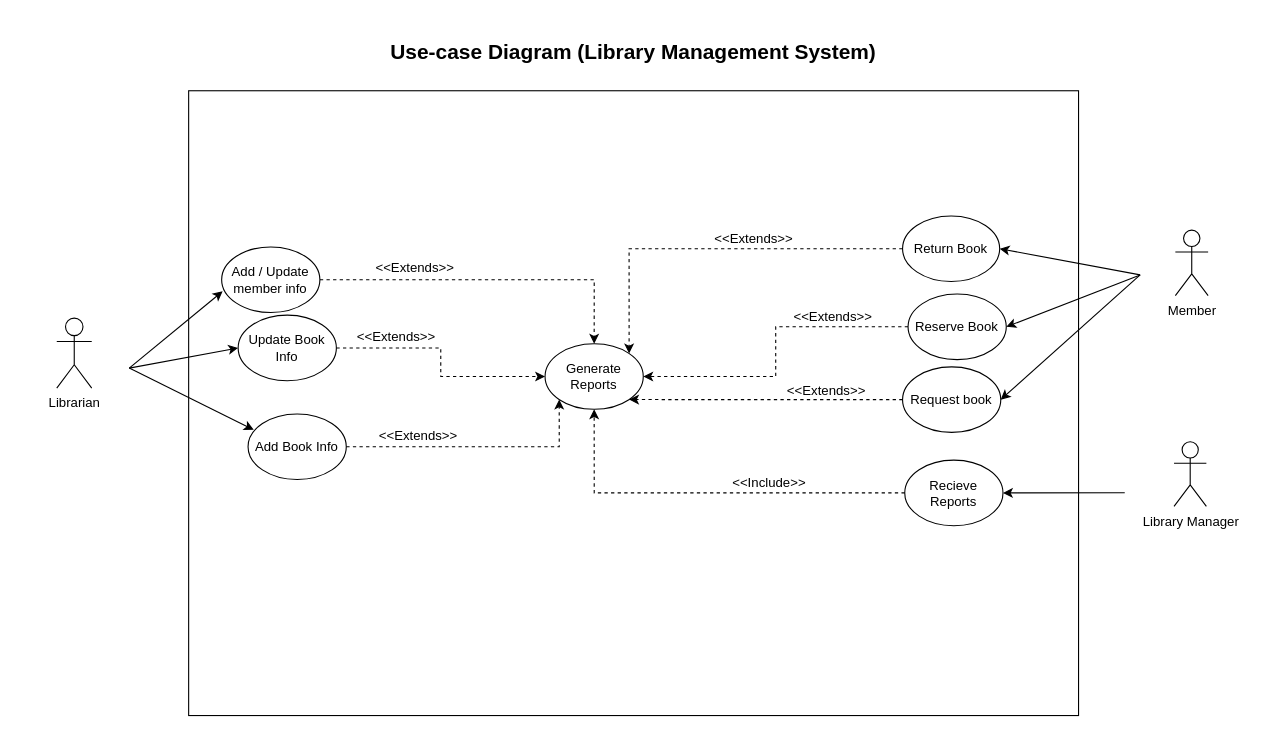
Above: Library Management System (Use-Case Diagram).drawio in Abdulrahman-Sayed-1/Library-Management-System (draw.io), before the change. Source tidied: cells renumbered, new cells numbered last; positions are measured from the earlier drawing's top-left corner, leaving out a move shared by most shapes. Both pictures are drawn from the tidied source at 110%, with x=0, y=0 at pixel (19, 19).
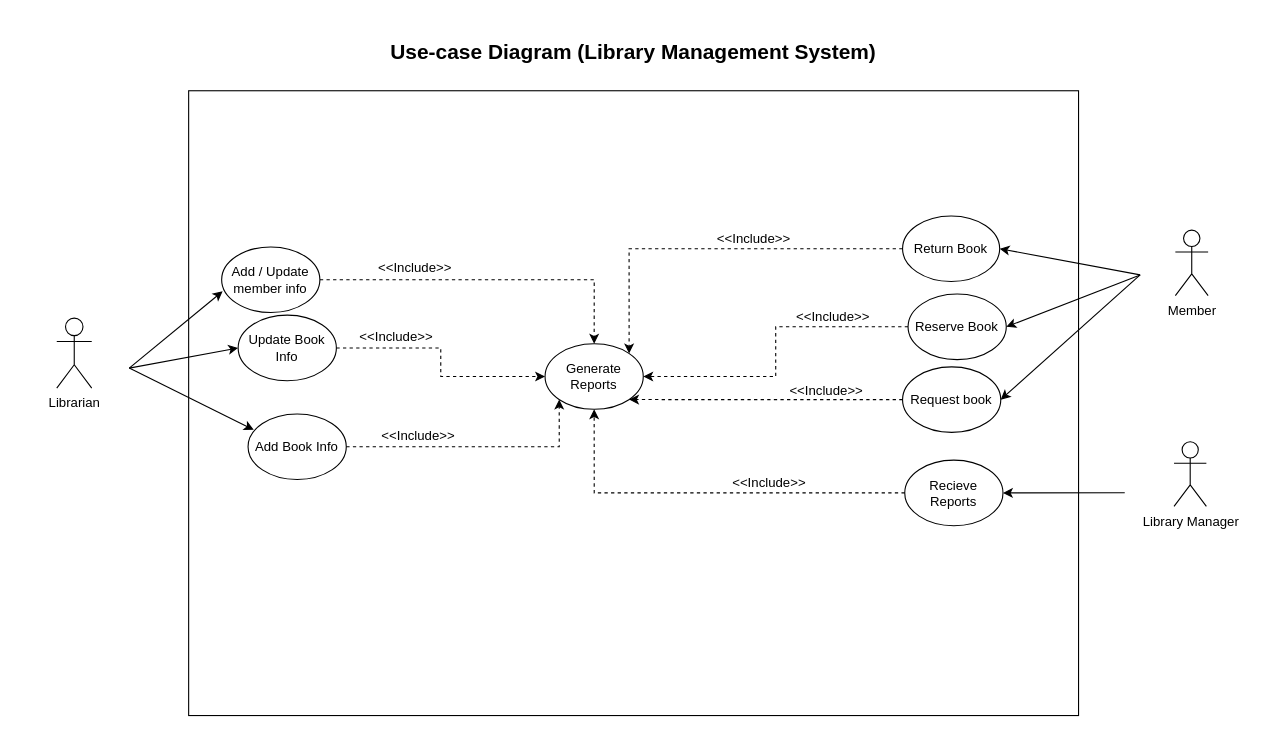
The same diagram, later.

Commit message:
Change all the extend relationships into include relationships.

Diff of the diagram source:
```diff
@@
-    <mxCell id="16" value="&amp;lt;&amp;lt;Extends&amp;gt;&amp;gt;" style="text;html=1;align=center;verticalAlign=middle;whiteSpace=wrap;rounded=0;fontSize=12;" parent="1" vertex="1">
+    <mxCell id="16" value="&amp;lt;&amp;lt;Include&amp;gt;&amp;gt;" style="text;html=1;align=center;verticalAlign=middle;whiteSpace=wrap;rounded=0;fontSize=12;" parent="1" vertex="1">
       <mxGeometry x="313" y="273.8" width="60" height="30" as="geometry" />
     </mxCell>
-    <mxCell id="17" value="&amp;lt;&amp;lt;Extends&amp;gt;&amp;gt;" style="text;html=1;align=center;verticalAlign=middle;whiteSpace=wrap;rounded=0;fontSize=12;" parent="1" vertex="1">
+    <mxCell id="17" value="&amp;lt;&amp;lt;Include&amp;gt;&amp;gt;" style="text;html=1;align=center;verticalAlign=middle;whiteSpace=wrap;rounded=0;fontSize=12;" parent="1" vertex="1">
       <mxGeometry x="333" y="363.8" width="60" height="30" as="geometry" />
     </mxCell>
-    <mxCell id="18" value="&amp;lt;&amp;lt;Extends&amp;gt;&amp;gt;" style="text;html=1;align=center;verticalAlign=middle;whiteSpace=wrap;rounded=0;fontSize=12;" parent="1" vertex="1">
+    <mxCell id="18" value="&amp;lt;&amp;lt;Include&amp;gt;&amp;gt;" style="text;html=1;align=center;verticalAlign=middle;whiteSpace=wrap;rounded=0;fontSize=12;" parent="1" vertex="1">
       <mxGeometry x="330" y="210.8" width="60" height="30" as="geometry" />
     </mxCell>
-    <mxCell id="19" value="&amp;lt;&amp;lt;Extends&amp;gt;&amp;gt;" style="text;html=1;align=center;verticalAlign=middle;whiteSpace=wrap;rounded=0;fontSize=12;" parent="1" vertex="1">
+    <mxCell id="19" value="&amp;lt;&amp;lt;Include&amp;gt;&amp;gt;" style="text;html=1;align=center;verticalAlign=middle;whiteSpace=wrap;rounded=0;fontSize=12;" parent="1" vertex="1">
       <mxGeometry x="704" y="323" width="60" height="30" as="geometry" />
     </mxCell>
-    <mxCell id="20" value="&amp;lt;&amp;lt;Extends&amp;gt;&amp;gt;" style="text;html=1;align=center;verticalAlign=middle;whiteSpace=wrap;rounded=0;fontSize=12;" parent="1" vertex="1">
+    <mxCell id="20" value="&amp;lt;&amp;lt;Include&amp;gt;&amp;gt;" style="text;html=1;align=center;verticalAlign=middle;whiteSpace=wrap;rounded=0;fontSize=12;" parent="1" vertex="1">
       <mxGeometry x="710" y="255.8" width="60" height="30" as="geometry" />
     </mxCell>
-    <mxCell id="21" value="&amp;lt;&amp;lt;Extends&amp;gt;&amp;gt;" style="text;html=1;align=center;verticalAlign=middle;whiteSpace=wrap;rounded=0;fontSize=12;" parent="1" vertex="1">
+    <mxCell id="21" value="&amp;lt;&amp;lt;Include&amp;gt;&amp;gt;" style="text;html=1;align=center;verticalAlign=middle;whiteSpace=wrap;rounded=0;fontSize=12;" parent="1" vertex="1">
       <mxGeometry x="638" y="184.8" width="60" height="30" as="geometry" />
     </mxCell>
```
